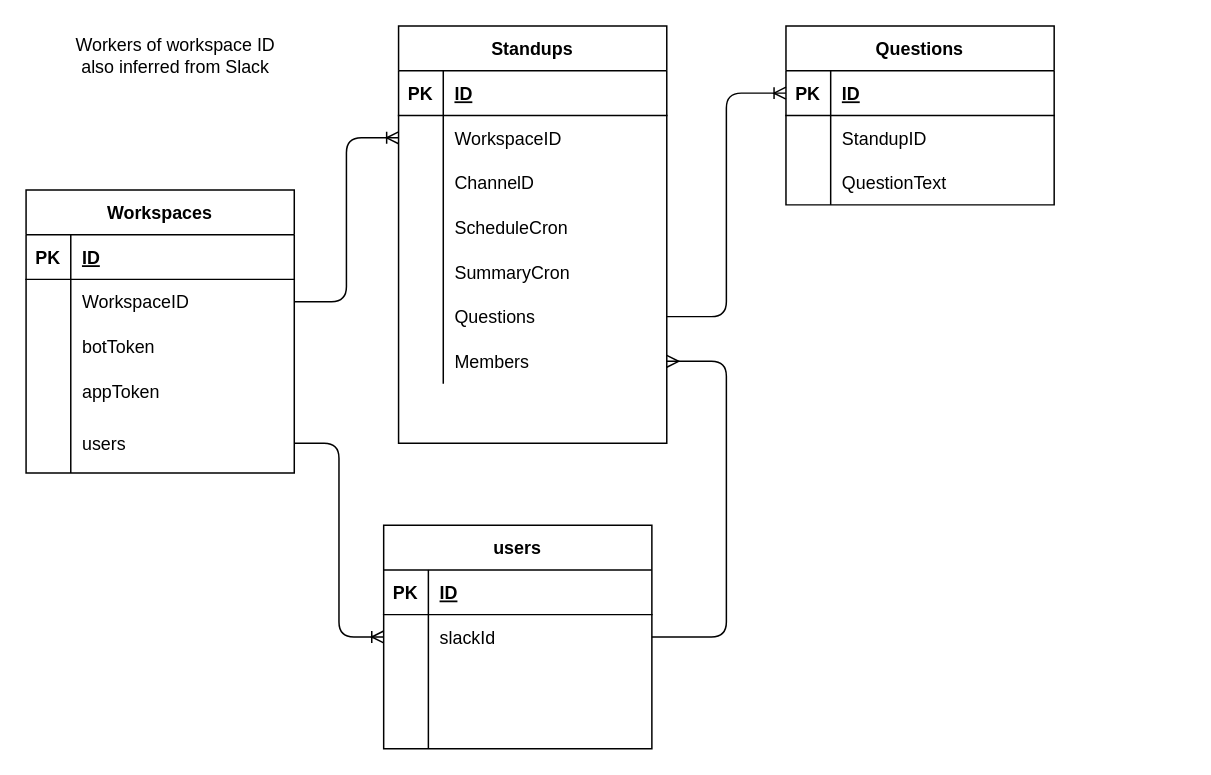
The draw.io diagram packages/orm/orm.drawio in ThibaultJanBeyer/standup-bot, before the edit. Source tidied: cells renumbered, new cells numbered last; positions are measured from the earlier drawing's top-left corner, leaving out a move shared by most shapes. Both pictures are drawn from the tidied source at 149%, with x=0, y=0 at pixel (25, 25).
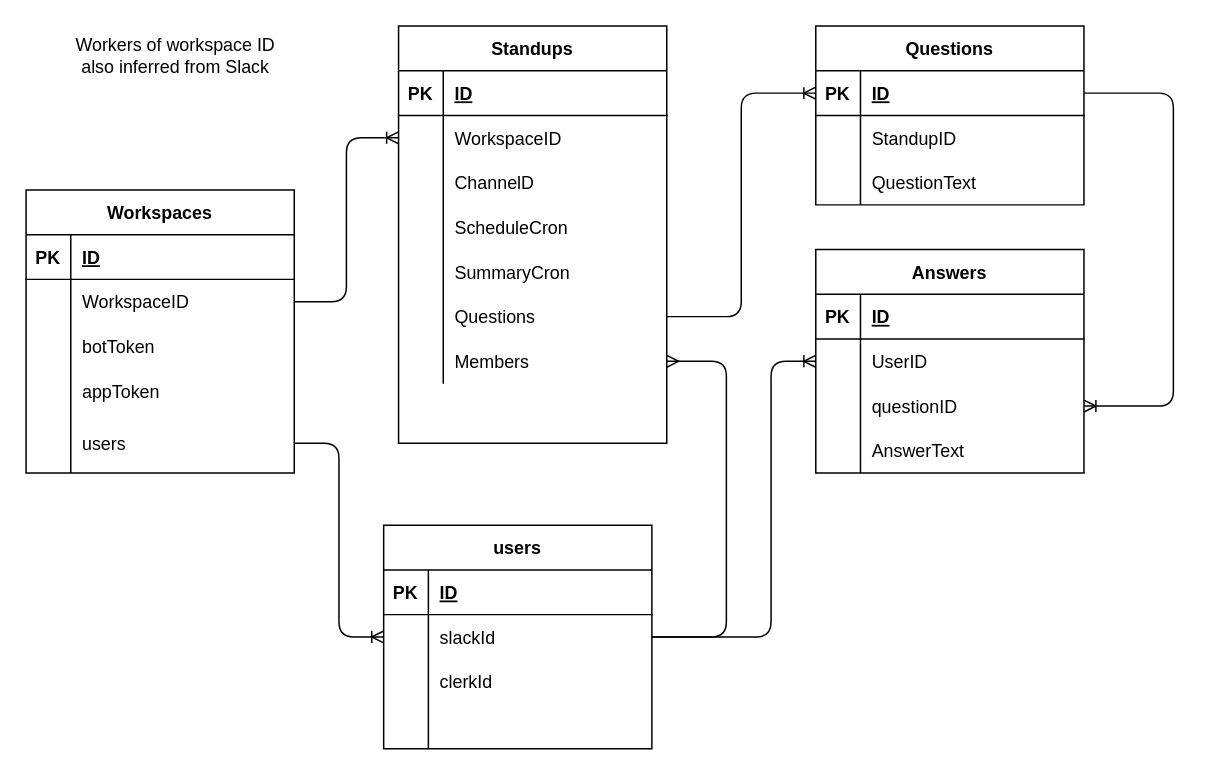
After the change.

Unchanged cells that the change refers to:
```xml
<mxCell id="25" style="shape=tableRow;horizontal=0;startSize=0;swimlaneHead=0;swimlaneBody=0;fillColor=none;points=[[0,0.5],[1,0.5]];portConstraint=eastwest;top=0;left=0;right=0;bottom=1;" parent="24" vertex="1">
  <mxGeometry y="30" width="180" height="30" as="geometry" />
</mxCell>
<mxCell id="57" style="shape=tableRow;horizontal=0;startSize=0;swimlaneHead=0;swimlaneBody=0;fillColor=none;points=[[0,0.5],[1,0.5]];portConstraint=eastwest;top=0;left=0;right=0;bottom=0;" parent="53" vertex="1">
  <mxGeometry y="60" width="180" height="30" as="geometry" />
</mxCell>
<mxCell id="60" style="shape=tableRow;horizontal=0;startSize=0;swimlaneHead=0;swimlaneBody=0;fillColor=none;top=0;left=0;right=0;bottom=0;" parent="53" vertex="1">
  <mxGeometry y="90" width="180" height="30" as="geometry" />
</mxCell>
```

Change to the diagram source:
```diff
@@
     <mxCell id="24" value="Questions" style="shape=table;startSize=30;childLayout=tableLayout;rowLines=0;fontStyle=1;align=center;" parent="1" vertex="1">
-      <mxGeometry x="510" width="180" height="120" as="geometry" />
+      <mxGeometry x="530" width="180" height="120" as="geometry" />
     </mxCell>
@@
-    <mxCell id="62" style="shape=partialRectangle;fillColor=none;top=0;left=0;bottom=0;right=0;align=left;spacingLeft=6;overflow=hidden;" parent="60" vertex="1">
+    <mxCell id="62" value="clerkId" style="shape=partialRectangle;fillColor=none;top=0;left=0;bottom=0;right=0;align=left;spacingLeft=6;overflow=hidden;" parent="60" vertex="1">
       <mxGeometry x="30" width="150" height="30" as="geometry" />
     </mxCell>
@@
+    <mxCell id="68" value="Answers" style="shape=table;startSize=30;childLayout=tableLayout;rowLines=0;fontStyle=1;align=center;" parent="1" vertex="1">
+      <mxGeometry x="530" y="150" width="180" height="150" as="geometry" />
+    </mxCell>
+    <mxCell id="69" style="shape=tableRow;horizontal=0;startSize=0;swimlaneHead=0;swimlaneBody=0;fillColor=none;top=0;left=0;right=0;bottom=1;" parent="68" vertex="1">
+      <mxGeometry y="30" width="180" height="30" as="geometry" />
+    </mxCell>
+    <mxCell id="70" value="PK" style="shape=partialRectangle;fillColor=none;top=0;left=0;bottom=0;right=0;fontStyle=1;overflow=hidden;" parent="69" vertex="1">
+      <mxGeometry width="30" height="30" as="geometry" />
+    </mxCell>
+    <mxCell id="71" value="ID" style="shape=partialRectangle;fillColor=none;top=0;left=0;bottom=0;right=0;align=left;spacingLeft=6;fontStyle=5;overflow=hidden;" parent="69" vertex="1">
+      <mxGeometry x="30" width="150" height="30" as="geometry" />
+    </mxCell>
+    <mxCell id="72" style="shape=tableRow;horizontal=0;startSize=0;swimlaneHead=0;swimlaneBody=0;fillColor=none;top=0;left=0;right=0;bottom=0;" parent="68" vertex="1">
+      <mxGeometry y="60" width="180" height="30" as="geometry" />
+    </mxCell>
+    <mxCell id="73" style="shape=partialRectangle;fillColor=none;top=0;left=0;bottom=0;right=0;overflow=hidden;" parent="72" vertex="1">
+      <mxGeometry width="30" height="30" as="geometry" />
+    </mxCell>
+    <mxCell id="74" value="UserID" style="shape=partialRectangle;fillColor=none;top=0;left=0;bottom=0;right=0;align=left;spacingLeft=6;overflow=hidden;" parent="72" vertex="1">
+      <mxGeometry x="30" width="150" height="30" as="geometry" />
+    </mxCell>
+    <mxCell id="75" style="shape=tableRow;horizontal=0;startSize=0;swimlaneHead=0;swimlaneBody=0;fillColor=none;points=[[0,0.5],[1,0.5]];portConstraint=eastwest;top=0;left=0;right=0;bottom=0;" parent="68" vertex="1">
+      <mxGeometry y="90" width="180" height="30" as="geometry" />
+    </mxCell>
+    <mxCell id="76" style="shape=partialRectangle;fillColor=none;top=0;left=0;bottom=0;right=0;overflow=hidden;" parent="75" vertex="1">
+      <mxGeometry width="30" height="30" as="geometry" />
+    </mxCell>
+    <mxCell id="77" value="questionID" style="shape=partialRectangle;fillColor=none;top=0;left=0;bottom=0;right=0;align=left;spacingLeft=6;overflow=hidden;" parent="75" vertex="1">
+      <mxGeometry x="30" width="150" height="30" as="geometry" />
+    </mxCell>
+    <mxCell id="78" style="shape=tableRow;horizontal=0;startSize=0;swimlaneHead=0;swimlaneBody=0;fillColor=none;top=0;left=0;right=0;bottom=0;" parent="68" vertex="1">
+      <mxGeometry y="120" width="180" height="30" as="geometry" />
+    </mxCell>
+    <mxCell id="79" style="shape=partialRectangle;fillColor=none;top=0;left=0;bottom=0;right=0;overflow=hidden;" parent="78" vertex="1">
+      <mxGeometry width="30" height="30" as="geometry" />
+    </mxCell>
+    <mxCell id="80" value="AnswerText" style="shape=partialRectangle;fillColor=none;top=0;left=0;bottom=0;right=0;align=left;spacingLeft=6;overflow=hidden;" parent="78" vertex="1">
+      <mxGeometry x="30" width="150" height="30" as="geometry" />
+    </mxCell>
+    <mxCell id="81" style="edgeStyle=orthogonalEdgeStyle;html=1;exitX=1;exitY=0.5;exitDx=0;exitDy=0;entryX=1;entryY=0.5;entryDx=0;entryDy=0;endArrow=none;endFill=0;startArrow=ERoneToMany;startFill=0;" parent="1" edge="1" source="75" target="25">
+      <mxGeometry relative="1" as="geometry">
+        <Array as="points">
+          <mxPoint x="770" y="255" />
+          <mxPoint x="770" y="45" />
+        </Array>
+      </mxGeometry>
+    </mxCell>
+    <mxCell id="82" style="edgeStyle=orthogonalEdgeStyle;html=1;exitX=1;exitY=0.5;exitDx=0;exitDy=0;entryX=0;entryY=0.5;entryDx=0;entryDy=0;endArrow=ERoneToMany;endFill=0;" parent="1" edge="1" source="57" target="68">
+      <mxGeometry relative="1" as="geometry">
+        <Array as="points">
+          <mxPoint x="500" y="410" />
+          <mxPoint x="500" y="225" />
+        </Array>
+      </mxGeometry>
+    </mxCell>
```
